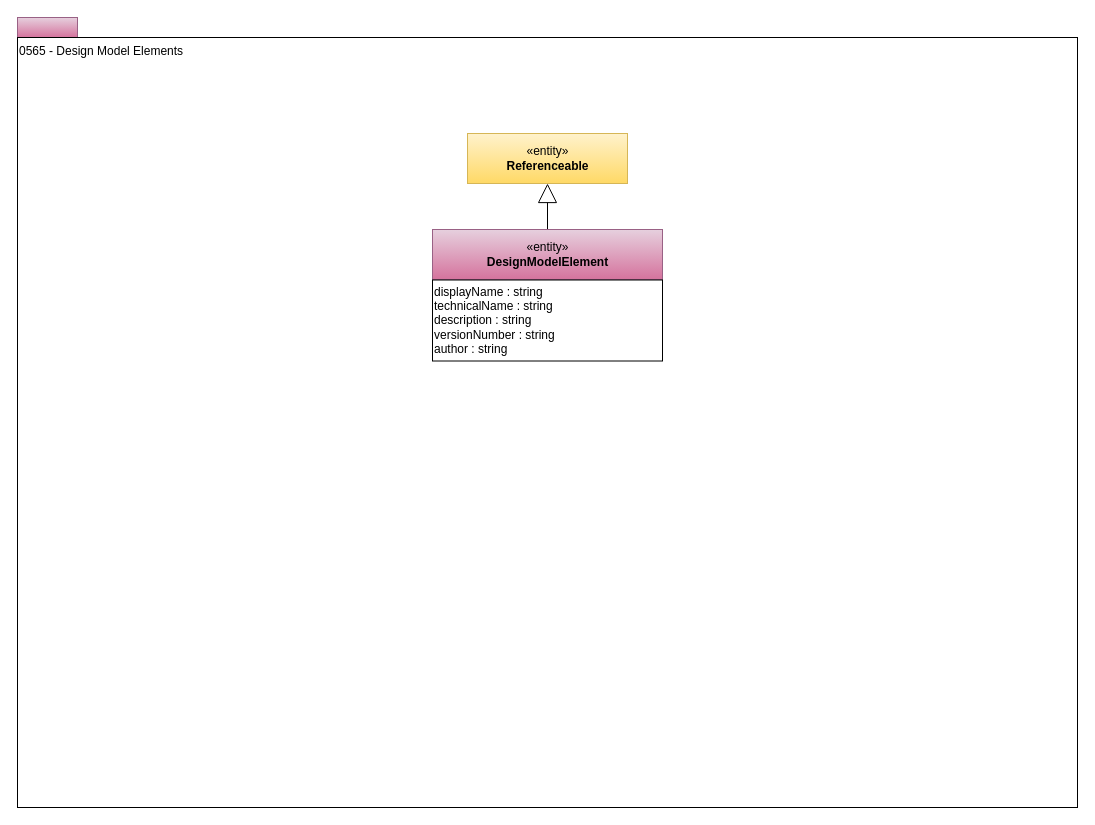
Above: page "0565-Model-Element" (28 of 36) of site/docs/types/5/area-5-models-and-schema.drawio in odpi/egeria-docs (draw.io), before the change. Source tidied: cells renumbered, new cells numbered last; positions are measured from the earlier drawing's top-left corner, leaving out a move shared by most shapes. Both pictures are drawn from the tidied source at 100%, with x=0, y=0 at pixel (17, 17).
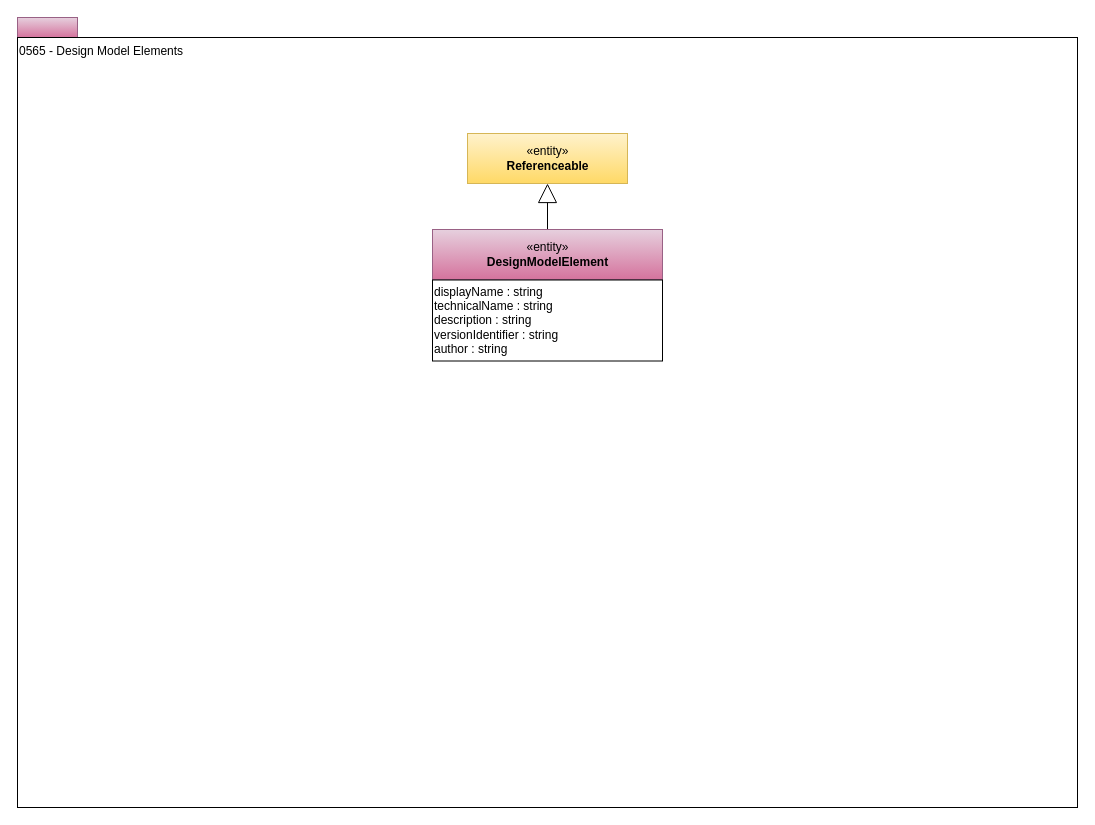
Above is the later version.

Change to the diagram source:
```diff
@@
 <mxGraphModel>
   <root>
     <mxCell id="0" />
     <mxCell id="1" parent="0" />
     <mxCell id="2" style="rounded=0;whiteSpace=wrap;html=1;align=left;fillColor=#e6d0de;strokeColor=#996185;gradientColor=#d5739d;" parent="1" vertex="1">
       <mxGeometry width="60" height="20" as="geometry" />
     </mxCell>
     <mxCell id="3" value="0565 - Design Model Elements" style="rounded=0;whiteSpace=wrap;html=1;align=left;verticalAlign=top;" parent="1" vertex="1">
       <mxGeometry y="20" width="1060" height="770" as="geometry" />
     </mxCell>
     <mxCell id="4" value="«entity»&lt;br&gt;&lt;b&gt;Referenceable&lt;/b&gt;" style="html=1;strokeColor=#d6b656;align=center;fillColor=#fff2cc;gradientColor=#ffd966;" parent="1" vertex="1">
       <mxGeometry x="450" y="116" width="160" height="50" as="geometry" />
     </mxCell>
     <mxCell id="5" style="edgeStyle=orthogonalEdgeStyle;rounded=0;jumpSize=15;jettySize=auto;html=1;exitX=0.5;exitY=0;exitDx=0;exitDy=0;entryX=0.5;entryY=1;entryDx=0;entryDy=0;startArrow=none;startFill=0;startSize=17;sourcePerimeterSpacing=0;endArrow=block;endFill=0;targetPerimeterSpacing=0;strokeWidth=1;fontColor=#000000;endSize=17;" parent="1" edge="1" source="6" target="4">
       <mxGeometry relative="1" as="geometry" />
     </mxCell>
     <mxCell id="6" value="«entity»&lt;br&gt;&lt;b&gt;DesignModelElement&lt;/b&gt;" style="html=1;strokeColor=#996185;align=center;fillColor=#e6d0de;gradientColor=#d5739d;" parent="1" vertex="1">
       <mxGeometry x="415" y="212" width="230" height="50" as="geometry" />
     </mxCell>
-    <mxCell id="7" value="&lt;span&gt;displayName : string&lt;br&gt;technicalName : string&lt;br&gt;&lt;/span&gt;description : string&lt;br&gt;&lt;span&gt;versionNumber : string&lt;/span&gt;&lt;br&gt;&lt;span&gt;author : string&lt;/span&gt;&lt;span&gt;&lt;br&gt;&lt;/span&gt;" style="rounded=0;whiteSpace=wrap;html=1;strokeColor=#000000;gradientColor=#ffffff;align=left;" parent="1" vertex="1">
+    <mxCell id="7" value="&lt;span&gt;displayName : string&lt;br&gt;technicalName : string&lt;br&gt;&lt;/span&gt;description : string&lt;br&gt;&lt;span&gt;versionIdentifier : string&lt;/span&gt;&lt;br&gt;&lt;span&gt;author : string&lt;/span&gt;&lt;span&gt;&lt;br&gt;&lt;/span&gt;" style="rounded=0;whiteSpace=wrap;html=1;strokeColor=#000000;gradientColor=#ffffff;align=left;" parent="1" vertex="1">
       <mxGeometry x="415" y="262.5" width="230" height="81" as="geometry" />
     </mxCell>
   </root>
 </mxGraphModel>
```
